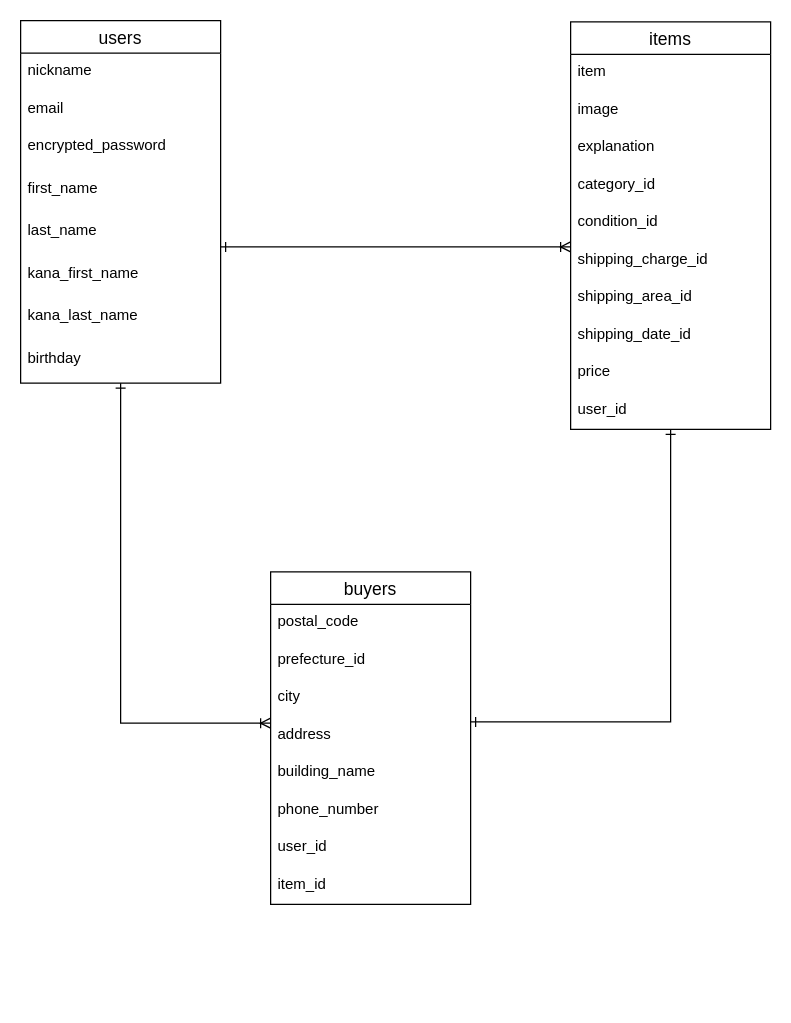
ichigoflorentin/furima-38167 keeps this draw.io diagram as er.dio. Above is the earlier version. Source tidied: cells renumbered, new cells numbered last; positions are measured from the earlier drawing's top-left corner, leaving out a move shared by most shapes. Both pictures are drawn from the tidied source at 125%, with x=0, y=0 at pixel (20, 20).
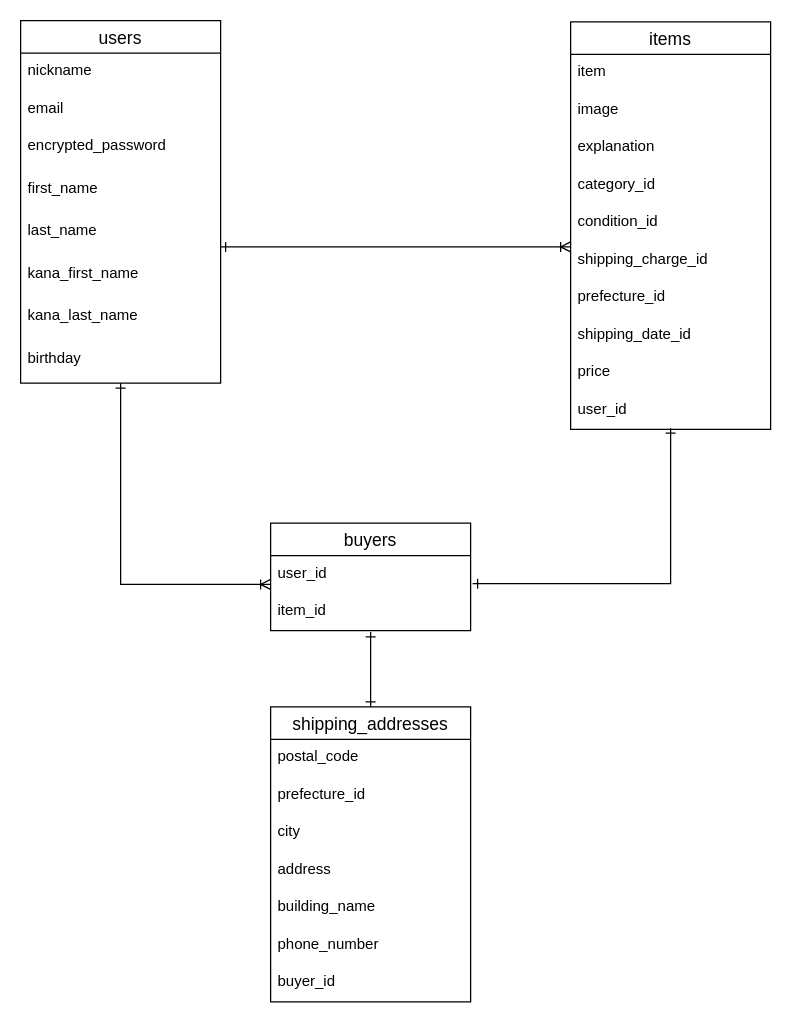
After the change.

Commit message (it also covers changes not shown here):
ER図、ReadMeの修正

Unchanged cells that the change refers to:
```xml
<mxCell id="11" value="birthday" style="text;strokeColor=none;fillColor=none;spacingLeft=4;spacingRight=4;overflow=hidden;points=[[0,0.5],[1,0.5]];portConstraint=eastwest;fontSize=12;rounded=0;" parent="3" vertex="1">
  <mxGeometry y="256" width="160" height="34" as="geometry" />
</mxCell>
<mxCell id="12" value="items" style="swimlane;fontStyle=0;horizontal=1;startSize=26;align=center;fontSize=14;rounded=0;" parent="1" vertex="1">
  <mxGeometry x="440" y="1" width="160" height="326" as="geometry" />
</mxCell>
```

Change to the diagram source:
```diff
@@
-    <mxCell id="19" value="shipping_area_id" style="text;strokeColor=none;fillColor=none;spacingLeft=4;spacingRight=4;overflow=hidden;fontSize=12;rounded=0;" parent="12" vertex="1">
+    <mxCell id="19" value="prefecture_id" style="text;strokeColor=none;fillColor=none;spacingLeft=4;spacingRight=4;overflow=hidden;fontSize=12;rounded=0;" parent="12" vertex="1">
       <mxGeometry y="206" width="160" height="30" as="geometry" />
     </mxCell>
@@
     <mxCell id="23" value="buyers" style="swimlane;fontStyle=0;horizontal=1;startSize=26;align=center;fontSize=14;rounded=0;" parent="1" vertex="1">
-      <mxGeometry x="200" y="441" width="160" height="266" as="geometry" />
+      <mxGeometry x="200" y="402" width="160" height="86" as="geometry" />
     </mxCell>
+    <mxCell id="30" value="user_id" style="text;strokeColor=none;fillColor=none;spacingLeft=4;spacingRight=4;overflow=hidden;points=[[0,0.5],[1,0.5]];portConstraint=eastwest;fontSize=12;rounded=0;" parent="23" vertex="1">
+      <mxGeometry y="26" width="160" height="30" as="geometry" />
+    </mxCell>
+    <mxCell id="31" value="item_id" style="text;strokeColor=none;fillColor=none;spacingLeft=4;spacingRight=4;overflow=hidden;fontSize=12;rounded=0;" parent="23" vertex="1">
+      <mxGeometry y="56" width="160" height="30" as="geometry" />
+    </mxCell>
+    <mxCell id="32" style="endArrow=ERoneToMany;html=1;rounded=0;startArrow=ERone;startFill=0;endFill=0;" parent="1" edge="1">
+      <mxGeometry relative="1" as="geometry">
+        <mxPoint x="160" y="181" as="sourcePoint" />
+        <mxPoint x="440" y="181" as="targetPoint" />
+      </mxGeometry>
+    </mxCell>
+    <mxCell id="33" style="edgeStyle=orthogonalEdgeStyle;fontSize=12;html=1;endArrow=ERone;rounded=0;startArrow=ERone;startFill=0;endFill=0;entryX=1.01;entryY=0.747;entryDx=0;entryDy=0;entryPerimeter=0;" parent="1" edge="1" target="30">
+      <mxGeometry relative="1" as="geometry">
+        <mxPoint x="520" y="326" as="sourcePoint" />
+        <Array as="points">
+          <mxPoint x="520" y="450" />
+        </Array>
+      </mxGeometry>
+    </mxCell>
+    <mxCell id="34" style="edgeStyle=orthogonalEdgeStyle;fontSize=12;html=1;endArrow=ERoneToMany;rounded=0;startArrow=ERone;startFill=0;endFill=0;" parent="1" edge="1" source="11">
+      <mxGeometry relative="1" as="geometry">
+        <mxPoint x="200" y="451" as="targetPoint" />
+        <Array as="points">
+          <mxPoint x="80" y="451" />
+          <mxPoint x="200" y="451" />
+        </Array>
+      </mxGeometry>
+    </mxCell>
+    <mxCell id="35" value="shipping_addresses" style="swimlane;fontStyle=0;horizontal=1;startSize=26;align=center;fontSize=14;rounded=0;" parent="1" vertex="1">
+      <mxGeometry x="200" y="549" width="160" height="236" as="geometry" />
+    </mxCell>
-    <mxCell id="24" value="postal_code" style="text;strokeColor=none;fillColor=none;spacingLeft=4;spacingRight=4;overflow=hidden;fontSize=12;rounded=0;" parent="23" vertex="1">
+    <mxCell id="24" value="postal_code" style="text;strokeColor=none;fillColor=none;spacingLeft=4;spacingRight=4;overflow=hidden;fontSize=12;rounded=0;" parent="35" vertex="1">
       <mxGeometry y="26" width="160" height="30" as="geometry" />
     </mxCell>
-    <mxCell id="25" value="prefecture_id" style="text;strokeColor=none;fillColor=none;spacingLeft=4;spacingRight=4;overflow=hidden;fontSize=12;rounded=0;" parent="23" vertex="1">
+    <mxCell id="25" value="prefecture_id" style="text;strokeColor=none;fillColor=none;spacingLeft=4;spacingRight=4;overflow=hidden;fontSize=12;rounded=0;" parent="35" vertex="1">
       <mxGeometry y="56" width="160" height="30" as="geometry" />
     </mxCell>
-    <mxCell id="26" value="city" style="text;strokeColor=none;fillColor=none;spacingLeft=4;spacingRight=4;overflow=hidden;fontSize=12;rounded=0;" parent="23" vertex="1">
+    <mxCell id="26" value="city" style="text;strokeColor=none;fillColor=none;spacingLeft=4;spacingRight=4;overflow=hidden;fontSize=12;rounded=0;" parent="35" vertex="1">
       <mxGeometry y="86" width="160" height="30" as="geometry" />
     </mxCell>
-    <mxCell id="27" value="address" style="text;strokeColor=none;fillColor=none;spacingLeft=4;spacingRight=4;overflow=hidden;fontSize=12;rounded=0;" parent="23" vertex="1">
+    <mxCell id="27" value="address" style="text;strokeColor=none;fillColor=none;spacingLeft=4;spacingRight=4;overflow=hidden;fontSize=12;rounded=0;" parent="35" vertex="1">
       <mxGeometry y="116" width="160" height="30" as="geometry" />
     </mxCell>
-    <mxCell id="28" value="building_name" style="text;strokeColor=none;fillColor=none;spacingLeft=4;spacingRight=4;overflow=hidden;fontSize=12;rounded=0;" parent="23" vertex="1">
+    <mxCell id="28" value="building_name" style="text;strokeColor=none;fillColor=none;spacingLeft=4;spacingRight=4;overflow=hidden;fontSize=12;rounded=0;" parent="35" vertex="1">
       <mxGeometry y="146" width="160" height="30" as="geometry" />
     </mxCell>
-    <mxCell id="29" value="phone_number" style="text;strokeColor=none;fillColor=none;spacingLeft=4;spacingRight=4;overflow=hidden;fontSize=12;rounded=0;" parent="23" vertex="1">
+    <mxCell id="29" value="phone_number" style="text;strokeColor=none;fillColor=none;spacingLeft=4;spacingRight=4;overflow=hidden;fontSize=12;rounded=0;" parent="35" vertex="1">
       <mxGeometry y="176" width="160" height="30" as="geometry" />
     </mxCell>
-    <mxCell id="30" value="user_id" style="text;strokeColor=none;fillColor=none;spacingLeft=4;spacingRight=4;overflow=hidden;points=[[0,0.5],[1,0.5]];portConstraint=eastwest;fontSize=12;rounded=0;" parent="23" vertex="1">
-      <mxGeometry y="206" width="160" height="30" as="geometry" />
-    </mxCell>
-    <mxCell id="31" value="item_id" style="text;strokeColor=none;fillColor=none;spacingLeft=4;spacingRight=4;overflow=hidden;fontSize=12;rounded=0;" parent="23" vertex="1">
-      <mxGeometry y="236" width="160" height="30" as="geometry" />
-    </mxCell>
-    <mxCell id="32" style="endArrow=ERoneToMany;html=1;rounded=0;startArrow=ERone;startFill=0;endFill=0;" parent="1" edge="1">
-      <mxGeometry relative="1" as="geometry">
-        <mxPoint x="160" y="181" as="sourcePoint" />
-        <mxPoint x="440" y="181" as="targetPoint" />
-      </mxGeometry>
-    </mxCell>
-    <mxCell id="33" style="edgeStyle=orthogonalEdgeStyle;fontSize=12;html=1;endArrow=ERone;rounded=0;startArrow=ERone;startFill=0;endFill=0;exitX=0.5;exitY=1;exitDx=0;exitDy=0;" parent="1" edge="1" source="12">
-      <mxGeometry relative="1" as="geometry">
-        <mxPoint x="360" y="561" as="targetPoint" />
-        <Array as="points">
-          <mxPoint x="520" y="561" />
-          <mxPoint x="400" y="561" />
-        </Array>
-      </mxGeometry>
-    </mxCell>
-    <mxCell id="34" style="edgeStyle=orthogonalEdgeStyle;fontSize=12;html=1;endArrow=ERoneToMany;rounded=0;startArrow=ERone;startFill=0;endFill=0;" parent="1" edge="1" source="11">
-      <mxGeometry relative="1" as="geometry">
-        <mxPoint x="200" y="562" as="targetPoint" />
-        <Array as="points">
-          <mxPoint x="80" y="562" />
-        </Array>
-      </mxGeometry>
-    </mxCell>
+    <mxCell id="36" value="buyer_id" style="text;strokeColor=none;fillColor=none;spacingLeft=4;spacingRight=4;overflow=hidden;fontSize=12;rounded=0;" parent="35" vertex="1">
+      <mxGeometry y="206" width="160" height="30" as="geometry" />
+    </mxCell>
+    <mxCell id="37" style="endArrow=ERone;html=1;rounded=0;startArrow=ERone;startFill=0;endFill=0;" parent="1" edge="1">
+      <mxGeometry relative="1" as="geometry">
+        <mxPoint x="280" y="549" as="sourcePoint" />
+        <mxPoint x="280" y="489" as="targetPoint" />
+        <Array as="points">
+          <mxPoint x="280" y="519" />
+        </Array>
+      </mxGeometry>
+    </mxCell>
```
